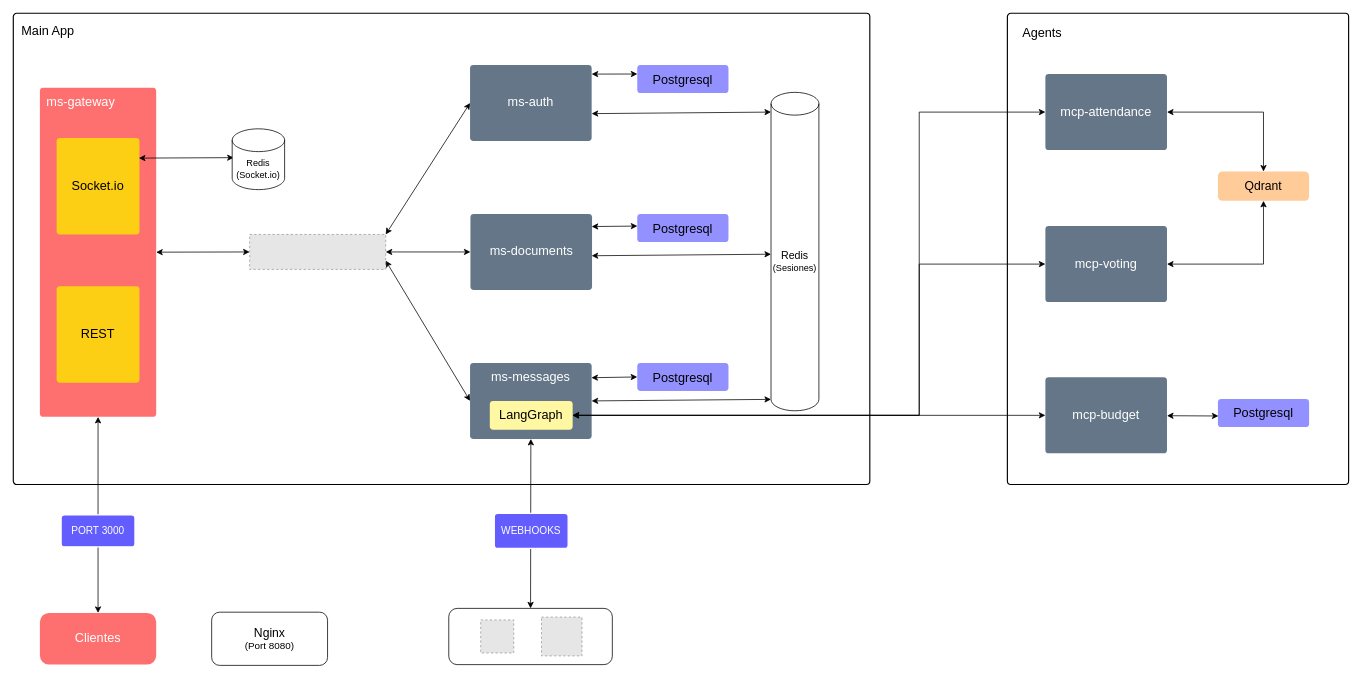
Above: others/architecture/z_redis.drawio in NahumFGz/tesismaestriauni-launcher (draw.io), before the change. Source tidied: cells renumbered, new cells numbered last; positions are measured from the earlier drawing's top-left corner, leaving out a move shared by most shapes. Both pictures are drawn from the tidied source at 76%, with x=0, y=0 at pixel (13, 13). Pictures stored in the file or linked from it are replaced by grey dashed boxes.
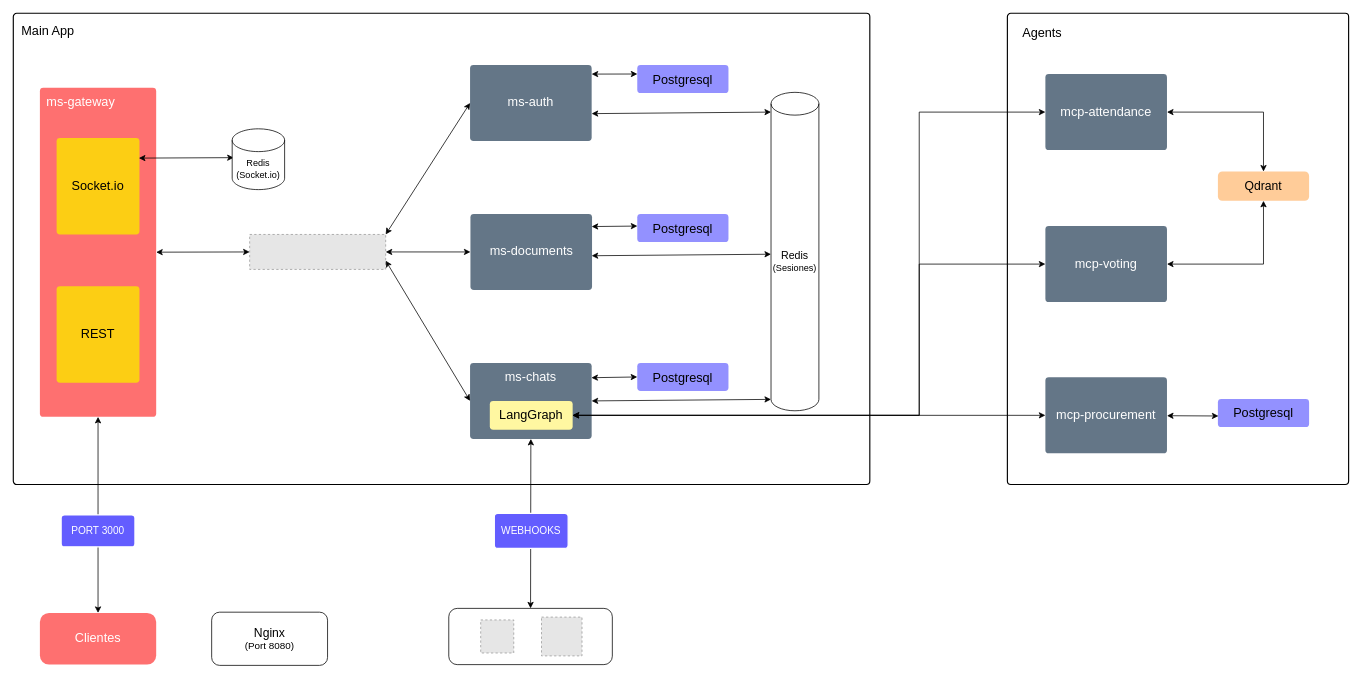
Above is the later version.

The edit, as a diff of the source:
```diff
@@
-    <mxCell id="12" value="ms-messages" style="html=1;overflow=block;blockSpacing=1;whiteSpace=wrap;fontSize=16.7;fontColor=#ffffff;fontStyle=0;align=center;spacing=9;verticalAlign=top;strokeOpacity=0;fillOpacity=100;rounded=1;absoluteArcSize=1;arcSize=9;fillColor=#647687;strokeWidth=1.5;lucidId=fALc.GhtOYFA;strokeColor=#314354;" parent="1" vertex="1">
+    <mxCell id="12" value="ms-chats" style="html=1;overflow=block;blockSpacing=1;whiteSpace=wrap;fontSize=16.7;fontColor=#ffffff;fontStyle=0;align=center;spacing=9;verticalAlign=top;strokeOpacity=0;fillOpacity=100;rounded=1;absoluteArcSize=1;arcSize=9;fillColor=#647687;strokeWidth=1.5;lucidId=fALc.GhtOYFA;strokeColor=#314354;" parent="1" vertex="1">
       <mxGeometry x="601" y="460" width="160" height="100" as="geometry" />
     </mxCell>
@@
-    <mxCell id="35" value="mcp-budget" style="html=1;overflow=block;blockSpacing=1;whiteSpace=wrap;fontSize=16.7;fontColor=#ffffff;fontStyle=0;align=center;spacing=9;verticalAlign=middle;strokeOpacity=0;fillOpacity=100;rounded=1;absoluteArcSize=1;arcSize=9;fillColor=#647687;strokeWidth=1.5;lucidId=zFLcMGYKQzSj;strokeColor=#314354;" parent="1" vertex="1">
+    <mxCell id="35" value="mcp-procurement" style="html=1;overflow=block;blockSpacing=1;whiteSpace=wrap;fontSize=16.7;fontColor=#ffffff;fontStyle=0;align=center;spacing=9;verticalAlign=middle;strokeOpacity=0;fillOpacity=100;rounded=1;absoluteArcSize=1;arcSize=9;fillColor=#647687;strokeWidth=1.5;lucidId=zFLcMGYKQzSj;strokeColor=#314354;" parent="1" vertex="1">
       <mxGeometry x="1358" y="479" width="160" height="100" as="geometry" />
     </mxCell>
```
